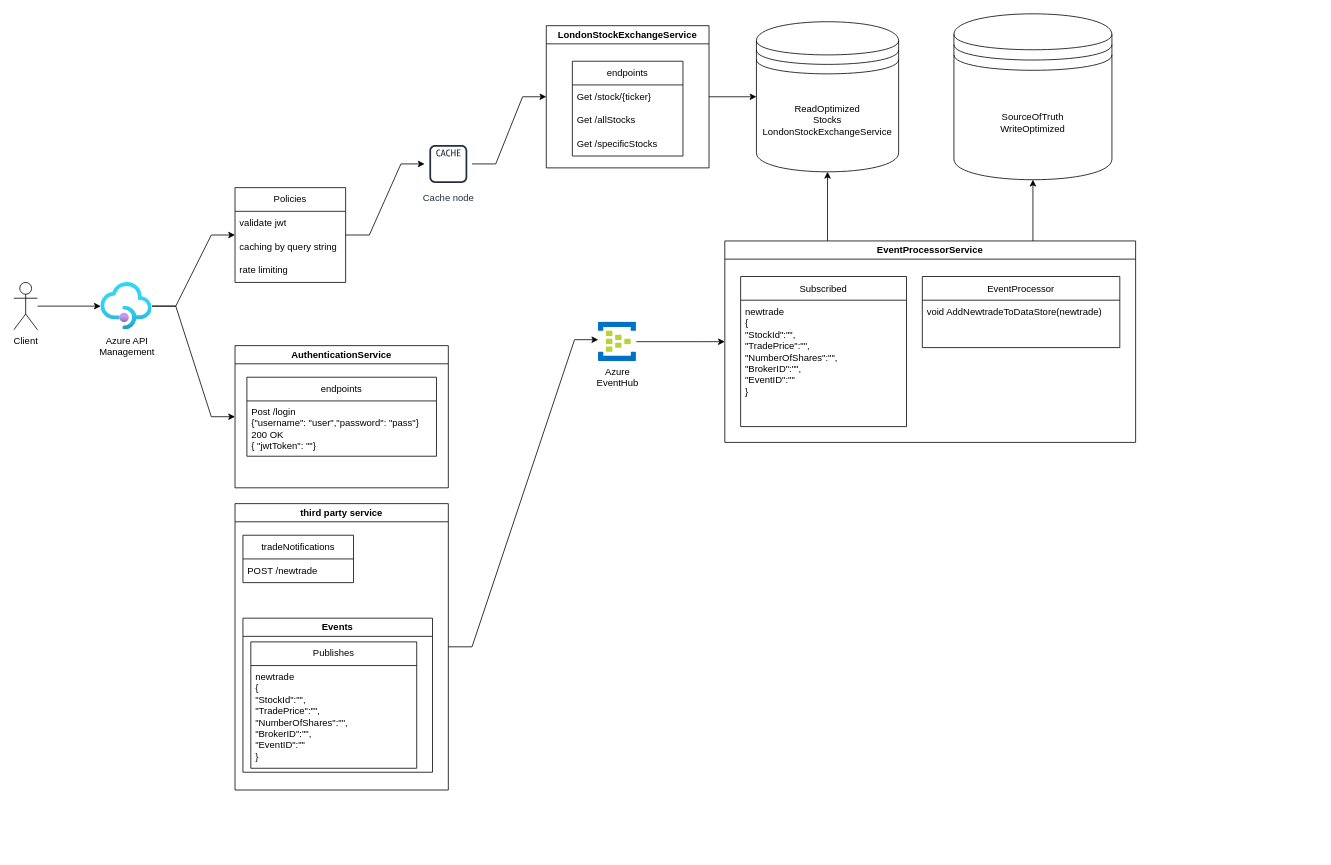
This is EventDrivenProposal/NatWest_StockMarket.drawio from shakyl008/TylNatWest, a draw.io file, before an edit. Source tidied: cells renumbered, new cells numbered last; positions are measured from the earlier drawing's top-left corner, leaving out a move shared by most shapes. Both pictures are drawn from the tidied source at 79%, with x=0, y=0 at pixel (13, 13).
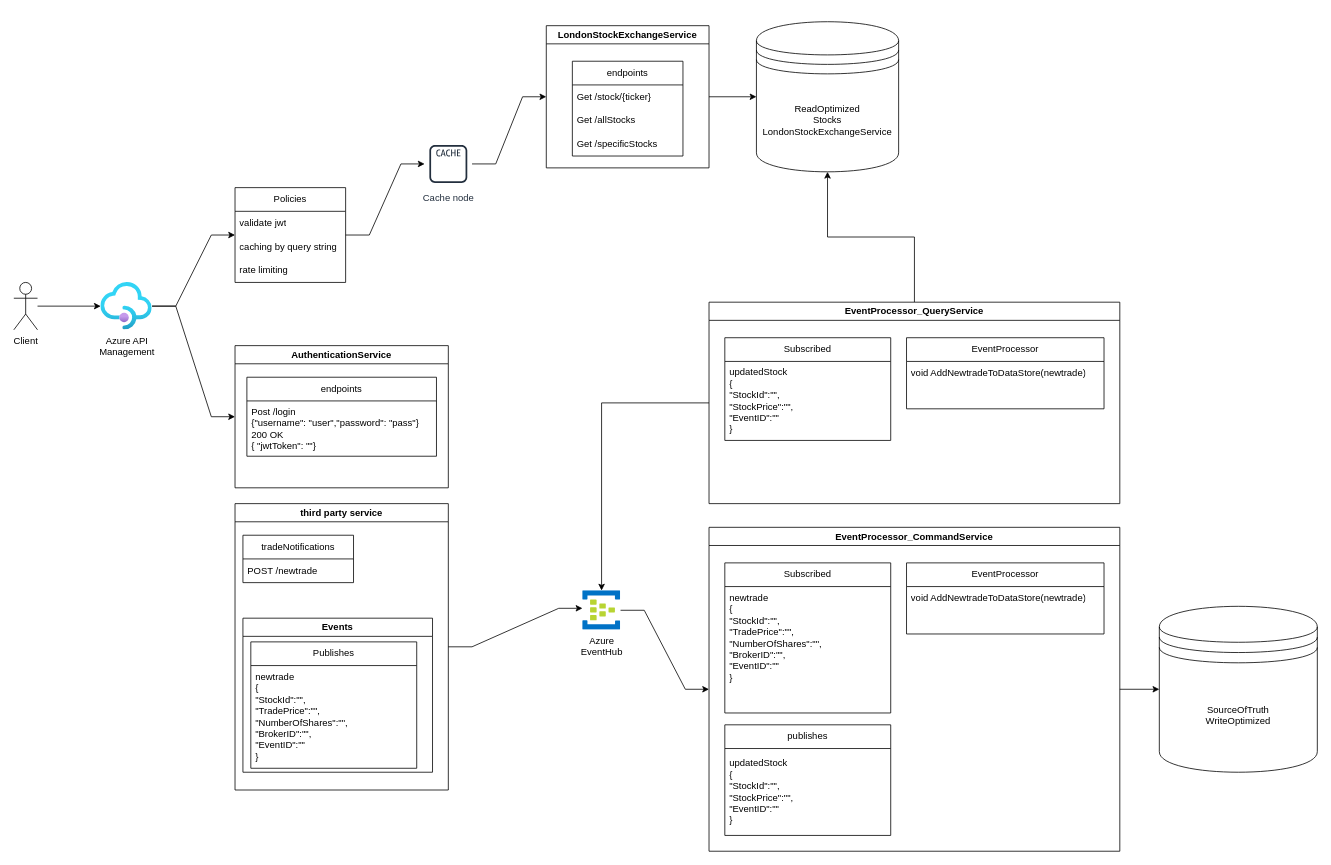
Above is the later version.

Commit message (it also covers changes not shown here):
Imrpoved event driven architecture example;

Unchanged cells that the change refers to:
```xml
<mxCell id="39" value="ReadOptimized&lt;br&gt;Stocks&lt;br&gt;LondonStockExchangeService" style="shape=datastore;whiteSpace=wrap;html=1;" parent="1" vertex="1">
  <mxGeometry x="940" y="10" width="180" height="190" as="geometry" />
</mxCell>
```

Change to the diagram source:
```diff
@@
     <mxCell id="22" value="Azure&lt;br&gt;EventHub" style="image;sketch=0;html=1;points=[];align=center;fontSize=12;image=img/lib/mscae/Event_Hubs.svg;" parent="1" vertex="1">
-      <mxGeometry x="740" y="390" width="48" height="50" as="geometry" />
+      <mxGeometry x="720" y="730" width="48" height="50" as="geometry" />
     </mxCell>
@@
-    <mxCell id="30" style="rounded=0;jettySize=auto;html=1;exitX=0.25;exitY=0;exitDx=0;exitDy=0;" parent="1" edge="1" source="32" target="39">
-      <mxGeometry relative="1" as="geometry" />
-    </mxCell>
-    <mxCell id="31" style="rounded=0;jettySize=auto;html=1;exitX=0.75;exitY=0;exitDx=0;exitDy=0;" parent="1" edge="1" source="32" target="40">
+    <mxCell id="31" style="rounded=0;jettySize=auto;html=1;" parent="1" edge="1" source="32" target="40">
       <mxGeometry relative="1" as="geometry" />
     </mxCell>
-    <mxCell id="32" value="EventProcessorService" style="swimlane;whiteSpace=wrap;html=1;" parent="1" vertex="1">
-      <mxGeometry x="900" y="287.5" width="520" height="255" as="geometry" />
+    <mxCell id="32" value="EventProcessor_CommandService" style="swimlane;whiteSpace=wrap;html=1;" parent="1" vertex="1">
+      <mxGeometry x="880" y="650" width="520" height="410" as="geometry" />
     </mxCell>
@@
+    <mxCell id="43" value="publishes" style="swimlane;fontStyle=0;horizontal=1;startSize=30;whiteSpace=wrap;html=1;" parent="32" vertex="1">
+      <mxGeometry x="20" y="250" width="210" height="140" as="geometry" />
+    </mxCell>
+    <mxCell id="44" value="updatedStock&lt;br style=&quot;border-color: var(--border-color);&quot;&gt;{&lt;br style=&quot;border-color: var(--border-color);&quot;&gt;&quot;StockId&quot;:&quot;&quot;,&lt;br style=&quot;border-color: var(--border-color);&quot;&gt;&quot;StockPrice&quot;:&quot;&quot;,&lt;br style=&quot;border-color: var(--border-color);&quot;&gt;&quot;EventID&quot;:&quot;&quot;&lt;br style=&quot;border-color: var(--border-color);&quot;&gt;}" style="text;strokeColor=none;fillColor=none;align=left;verticalAlign=middle;spacingLeft=4;spacingRight=4;overflow=hidden;whiteSpace=wrap;html=1;" parent="43" vertex="1">
+      <mxGeometry y="30" width="210" height="110" as="geometry" />
+    </mxCell>
@@
     <mxCell id="40" value="SourceOfTruth&lt;br&gt;WriteOptimized" style="shape=datastore;whiteSpace=wrap;html=1;" parent="1" vertex="1">
-      <mxGeometry x="1190" width="200" height="210" as="geometry" />
+      <mxGeometry x="1450" y="750" width="200" height="210" as="geometry" />
     </mxCell>
@@
+    <mxCell id="45" style="edgeStyle=orthogonalEdgeStyle;rounded=0;jettySize=auto;html=1;" parent="1" edge="1" source="47" target="22">
+      <mxGeometry relative="1" as="geometry" />
+    </mxCell>
+    <mxCell id="46" style="edgeStyle=orthogonalEdgeStyle;rounded=0;jettySize=auto;html=1;" parent="1" edge="1" source="47" target="39">
+      <mxGeometry relative="1" as="geometry" />
+    </mxCell>
+    <mxCell id="47" value="EventProcessor_QueryService" style="swimlane;whiteSpace=wrap;html=1;" parent="1" vertex="1">
+      <mxGeometry x="880" y="365" width="520" height="255" as="geometry" />
+    </mxCell>
+    <mxCell id="48" value="Subscribed" style="swimlane;fontStyle=0;horizontal=1;startSize=30;whiteSpace=wrap;html=1;" parent="47" vertex="1">
+      <mxGeometry x="20" y="45" width="210" height="130" as="geometry" />
+    </mxCell>
+    <mxCell id="49" value="updatedStock&lt;br style=&quot;border-color: var(--border-color);&quot;&gt;{&lt;br style=&quot;border-color: var(--border-color);&quot;&gt;&quot;StockId&quot;:&quot;&quot;,&lt;br style=&quot;border-color: var(--border-color);&quot;&gt;&quot;StockPrice&quot;:&quot;&quot;,&lt;br style=&quot;border-color: var(--border-color);&quot;&gt;&quot;EventID&quot;:&quot;&quot;&lt;br style=&quot;border-color: var(--border-color);&quot;&gt;}" style="text;strokeColor=none;fillColor=none;align=left;verticalAlign=middle;spacingLeft=4;spacingRight=4;overflow=hidden;whiteSpace=wrap;html=1;" parent="48" vertex="1">
+      <mxGeometry y="30" width="210" height="100" as="geometry" />
+    </mxCell>
+    <mxCell id="50" value="EventProcessor" style="swimlane;fontStyle=0;horizontal=1;startSize=30;whiteSpace=wrap;html=1;" parent="47" vertex="1">
+      <mxGeometry x="250" y="45" width="250" height="90" as="geometry" />
+    </mxCell>
+    <mxCell id="51" value="void AddNewtradeToDataStore(newtrade)" style="text;strokeColor=none;fillColor=none;align=left;verticalAlign=middle;spacingLeft=4;spacingRight=4;overflow=hidden;whiteSpace=wrap;html=1;" parent="50" vertex="1">
+      <mxGeometry y="30" width="250" height="30" as="geometry" />
+    </mxCell>
+    <mxCell id="52" value="&amp;nbsp;" style="text;strokeColor=none;fillColor=none;align=left;verticalAlign=middle;spacingLeft=4;spacingRight=4;overflow=hidden;whiteSpace=wrap;html=1;" parent="50" vertex="1">
+      <mxGeometry y="60" width="250" height="30" as="geometry" />
+    </mxCell>
```
